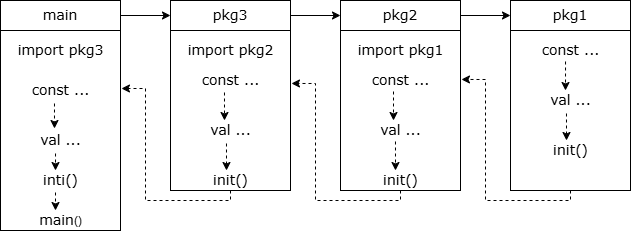
Above: go/go程序初始化顺序.drawio.png in guxdong/imgrepo (draw.io), before the change. Source tidied: cells renumbered, new cells last; positions are measured from the earlier drawing's top-left corner, leaving out a move shared by most shapes.
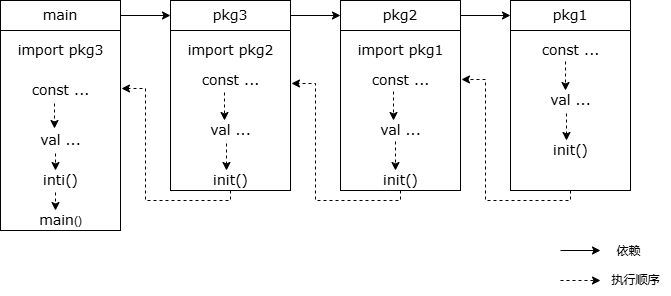
The same diagram one commit later.

Commit message:
更新go程序初始化顺序.drawio.png

What changed in the source:
```diff
@@ -132,5 +132,23 @@
     <mxCell id="40" style="endArrow=classic;html=1;rounded=0;dashed=1;edgeStyle=orthogonalEdgeStyle;exitX=0.5;exitY=1;exitDx=0;exitDy=0;entryX=1.008;entryY=0.29;entryDx=0;entryDy=0;entryPerimeter=0;" parent="1" edge="1" source="9" target="2">
       <mxGeometry relative="1" as="geometry" />
     </mxCell>
+    <mxCell id="41" style="endArrow=classic;html=1;rounded=0;" parent="1" edge="1">
+      <mxGeometry relative="1" as="geometry">
+        <mxPoint x="560" y="250" as="sourcePoint" />
+        <mxPoint x="600" y="250" as="targetPoint" />
+      </mxGeometry>
+    </mxCell>
+    <mxCell id="42" value="依赖" style="text;html=1;align=center;verticalAlign=middle;strokeColor=none;fillColor=none;" parent="1" vertex="1">
+      <mxGeometry x="603" y="236" width="50" height="30" as="geometry" />
+    </mxCell>
+    <mxCell id="43" style="endArrow=classic;html=1;rounded=0;dashed=1;" parent="1" edge="1">
+      <mxGeometry relative="1" as="geometry">
+        <mxPoint x="560" y="280" as="sourcePoint" />
+        <mxPoint x="600" y="280" as="targetPoint" />
+      </mxGeometry>
+    </mxCell>
+    <mxCell id="44" value="执行顺序" style="text;html=1;align=center;verticalAlign=middle;strokeColor=none;fillColor=none;" parent="1" vertex="1">
+      <mxGeometry x="600" y="265" width="70" height="30" as="geometry" />
+    </mxCell>
   </root>
 </mxGraphModel>
```
